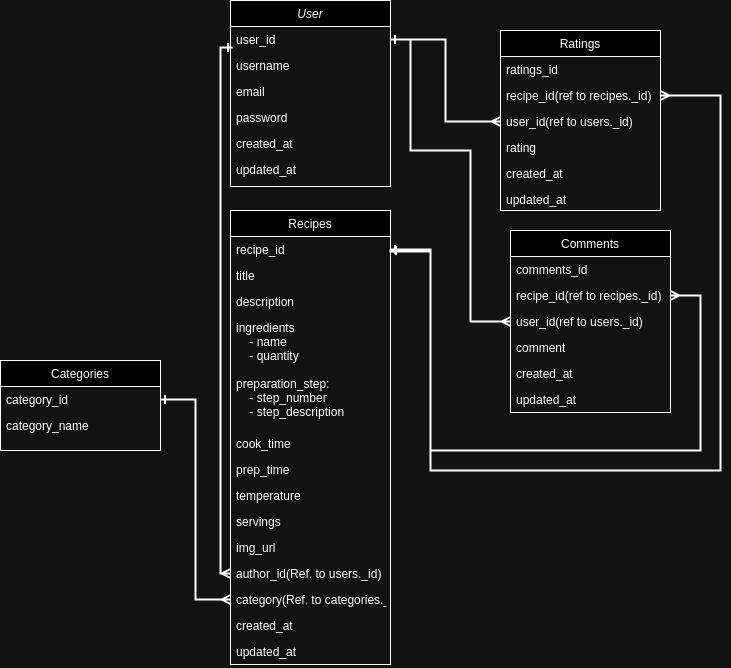
The draw.io diagram documentation/images/design/airy-erd-drawio.png in TaherCCG/airybitesrecipes, before a commit. Source tidied: cells renumbered, new cells last; positions are measured from the earlier drawing's top-left corner, leaving out a move shared by most shapes. Source of this version:
```xml
<mxGraphModel>
  <root>
    <mxCell id="0" />
    <mxCell id="1" parent="0" />
    <mxCell id="2" value="User" style="swimlane;fontStyle=2;align=center;verticalAlign=top;horizontal=1;startSize=26;rounded=0;shadow=0;strokeWidth=1;" parent="1" vertex="1">
      <mxGeometry x="230" width="160" height="186" as="geometry" />
    </mxCell>
    <mxCell id="3" value="user_id" style="text;align=left;verticalAlign=top;spacingLeft=4;spacingRight=4;overflow=hidden;points=[[0,0.5],[1,0.5]];portConstraint=eastwest;" parent="2" vertex="1">
      <mxGeometry y="26" width="160" height="26" as="geometry" />
    </mxCell>
    <mxCell id="4" value="username&#10;" style="text;align=left;verticalAlign=top;spacingLeft=4;spacingRight=4;overflow=hidden;rounded=0;shadow=0;html=0;" parent="2" vertex="1">
      <mxGeometry y="52" width="160" height="26" as="geometry" />
    </mxCell>
    <mxCell id="5" value="email" style="text;align=left;verticalAlign=top;spacingLeft=4;spacingRight=4;overflow=hidden;rounded=0;shadow=0;html=0;" parent="2" vertex="1">
      <mxGeometry y="78" width="160" height="26" as="geometry" />
    </mxCell>
    <mxCell id="6" value="password" style="text;align=left;verticalAlign=top;spacingLeft=4;spacingRight=4;overflow=hidden;rounded=0;shadow=0;html=0;" parent="2" vertex="1">
      <mxGeometry y="104" width="160" height="26" as="geometry" />
    </mxCell>
    <mxCell id="7" value="created_at" style="text;align=left;verticalAlign=top;spacingLeft=4;spacingRight=4;overflow=hidden;rounded=0;shadow=0;html=0;" parent="2" vertex="1">
      <mxGeometry y="130" width="160" height="26" as="geometry" />
    </mxCell>
    <mxCell id="8" value="updated_at" style="text;align=left;verticalAlign=top;spacingLeft=4;spacingRight=4;overflow=hidden;rounded=0;shadow=0;html=0;" parent="2" vertex="1">
      <mxGeometry y="156" width="160" height="30" as="geometry" />
    </mxCell>
    <mxCell id="9" value="Categories" style="swimlane;fontStyle=0;align=center;verticalAlign=top;horizontal=1;startSize=26;rounded=0;shadow=0;strokeWidth=1;" parent="1" vertex="1">
      <mxGeometry y="360" width="160" height="90" as="geometry" />
    </mxCell>
    <mxCell id="10" value="category_id" style="text;align=left;verticalAlign=top;spacingLeft=4;spacingRight=4;overflow=hidden;points=[[0,0.5],[1,0.5]];portConstraint=eastwest;" parent="9" vertex="1">
      <mxGeometry y="26" width="160" height="26" as="geometry" />
    </mxCell>
    <mxCell id="11" value="category_name" style="text;align=left;verticalAlign=top;spacingLeft=4;spacingRight=4;overflow=hidden;rounded=0;shadow=0;html=0;" parent="9" vertex="1">
      <mxGeometry y="52" width="160" height="26" as="geometry" />
    </mxCell>
    <mxCell id="12" value="Comments" style="swimlane;fontStyle=0;align=center;verticalAlign=top;horizontal=1;startSize=26;rounded=0;shadow=0;strokeWidth=1;" parent="1" vertex="1">
      <mxGeometry x="510" y="230" width="160" height="182" as="geometry" />
    </mxCell>
    <mxCell id="13" value="comments_id" style="text;align=left;verticalAlign=top;spacingLeft=4;spacingRight=4;overflow=hidden;" parent="12" vertex="1">
      <mxGeometry y="26" width="160" height="26" as="geometry" />
    </mxCell>
    <mxCell id="14" value="recipe_id(ref to recipes._id)" style="text;align=left;verticalAlign=top;spacingLeft=4;spacingRight=4;overflow=hidden;points=[[0,0.5],[1,0.5]];portConstraint=eastwest;" parent="12" vertex="1">
      <mxGeometry y="52" width="160" height="26" as="geometry" />
    </mxCell>
    <mxCell id="15" value="user_id(ref to users._id)" style="text;align=left;verticalAlign=top;spacingLeft=4;spacingRight=4;overflow=hidden;points=[[0,0.5],[1,0.5]];portConstraint=eastwest;" parent="12" vertex="1">
      <mxGeometry y="78" width="160" height="26" as="geometry" />
    </mxCell>
    <mxCell id="16" value="comment" style="text;align=left;verticalAlign=top;spacingLeft=4;spacingRight=4;overflow=hidden;" parent="12" vertex="1">
      <mxGeometry y="104" width="160" height="26" as="geometry" />
    </mxCell>
    <mxCell id="17" value="created_at" style="text;align=left;verticalAlign=top;spacingLeft=4;spacingRight=4;overflow=hidden;" parent="12" vertex="1">
      <mxGeometry y="130" width="160" height="26" as="geometry" />
    </mxCell>
    <mxCell id="18" value="updated_at" style="text;align=left;verticalAlign=top;spacingLeft=4;spacingRight=4;overflow=hidden;" parent="12" vertex="1">
      <mxGeometry y="156" width="160" height="26" as="geometry" />
    </mxCell>
    <mxCell id="19" value="Recipes" style="swimlane;fontStyle=0;align=center;verticalAlign=top;horizontal=1;startSize=26;rounded=0;shadow=0;strokeWidth=1;" parent="1" vertex="1">
      <mxGeometry x="230" y="210" width="160" height="454" as="geometry" />
    </mxCell>
    <mxCell id="20" value="recipe_id" style="text;align=left;verticalAlign=top;spacingLeft=4;spacingRight=4;overflow=hidden;points=[[0,0.5],[1,0.5]];portConstraint=eastwest;" parent="19" vertex="1">
      <mxGeometry y="26" width="160" height="26" as="geometry" />
    </mxCell>
    <mxCell id="21" value="title" style="text;align=left;verticalAlign=top;spacingLeft=4;spacingRight=4;overflow=hidden;rounded=0;shadow=0;html=0;" parent="19" vertex="1">
      <mxGeometry y="52" width="160" height="26" as="geometry" />
    </mxCell>
    <mxCell id="22" value="description" style="text;align=left;verticalAlign=top;spacingLeft=4;spacingRight=4;overflow=hidden;rounded=0;shadow=0;html=0;" parent="19" vertex="1">
      <mxGeometry y="78" width="160" height="26" as="geometry" />
    </mxCell>
    <mxCell id="23" value="ingredients&#10;    - name&#10;    - quantity&#10;" style="text;align=left;verticalAlign=top;spacingLeft=4;spacingRight=4;overflow=hidden;points=[[0,0.5],[1,0.5]];portConstraint=eastwest;rounded=0;shadow=0;html=0;" parent="19" vertex="1">
      <mxGeometry y="104" width="160" height="56" as="geometry" />
    </mxCell>
    <mxCell id="24" value="preparation_step:&#10;    - step_number&#10;    - step_description" style="text;align=left;verticalAlign=top;spacingLeft=4;spacingRight=4;overflow=hidden;rounded=0;shadow=0;html=0;" parent="19" vertex="1">
      <mxGeometry y="160" width="160" height="60" as="geometry" />
    </mxCell>
    <mxCell id="25" value="cook_time" style="text;align=left;verticalAlign=top;spacingLeft=4;spacingRight=4;overflow=hidden;rounded=0;shadow=0;html=0;" parent="19" vertex="1">
      <mxGeometry y="220" width="160" height="26" as="geometry" />
    </mxCell>
    <mxCell id="26" value="prep_time" style="text;align=left;verticalAlign=top;spacingLeft=4;spacingRight=4;overflow=hidden;rounded=0;shadow=0;html=0;" parent="19" vertex="1">
      <mxGeometry y="246" width="160" height="26" as="geometry" />
    </mxCell>
    <mxCell id="27" value="temperature" style="text;align=left;verticalAlign=top;spacingLeft=4;spacingRight=4;overflow=hidden;rounded=0;shadow=0;html=0;" parent="19" vertex="1">
      <mxGeometry y="272" width="160" height="26" as="geometry" />
    </mxCell>
    <mxCell id="28" value="servings" style="text;align=left;verticalAlign=top;spacingLeft=4;spacingRight=4;overflow=hidden;rounded=0;shadow=0;html=0;" parent="19" vertex="1">
      <mxGeometry y="298" width="160" height="26" as="geometry" />
    </mxCell>
    <mxCell id="29" value="img_url" style="text;align=left;verticalAlign=top;spacingLeft=4;spacingRight=4;overflow=hidden;rounded=0;shadow=0;html=0;" parent="19" vertex="1">
      <mxGeometry y="324" width="160" height="26" as="geometry" />
    </mxCell>
    <mxCell id="30" value="author_id(Ref. to users._id)" style="text;align=left;verticalAlign=top;spacingLeft=4;spacingRight=4;overflow=hidden;points=[[0,0.5],[1,0.5]];portConstraint=eastwest;rounded=0;shadow=0;html=0;" parent="19" vertex="1">
      <mxGeometry y="350" width="160" height="26" as="geometry" />
    </mxCell>
    <mxCell id="31" value="category(Ref. to categories._id)" style="text;align=left;verticalAlign=top;spacingLeft=4;spacingRight=4;overflow=hidden;points=[[0,0.5],[1,0.5]];portConstraint=eastwest;rounded=0;shadow=0;html=0;" parent="19" vertex="1">
      <mxGeometry y="376" width="160" height="26" as="geometry" />
    </mxCell>
    <mxCell id="32" value="created_at" style="text;align=left;verticalAlign=top;spacingLeft=4;spacingRight=4;overflow=hidden;rounded=0;shadow=0;html=0;" parent="19" vertex="1">
      <mxGeometry y="402" width="160" height="26" as="geometry" />
    </mxCell>
    <mxCell id="33" value="updated_at" style="text;align=left;verticalAlign=top;spacingLeft=4;spacingRight=4;overflow=hidden;rounded=0;shadow=0;html=0;" parent="19" vertex="1">
      <mxGeometry y="428" width="160" height="26" as="geometry" />
    </mxCell>
    <mxCell id="34" value="Ratings" style="swimlane;fontStyle=0;align=center;verticalAlign=top;horizontal=1;startSize=26;rounded=0;shadow=0;strokeWidth=1;" parent="1" vertex="1">
      <mxGeometry x="500" y="30" width="160" height="180" as="geometry" />
    </mxCell>
    <mxCell id="35" value="ratings_id" style="text;align=left;verticalAlign=top;spacingLeft=4;spacingRight=4;overflow=hidden;" parent="34" vertex="1">
      <mxGeometry y="26" width="160" height="26" as="geometry" />
    </mxCell>
    <mxCell id="36" value="recipe_id(ref to recipes._id)" style="text;align=left;verticalAlign=top;spacingLeft=4;spacingRight=4;overflow=hidden;points=[[0,0.5],[1,0.5]];portConstraint=eastwest;" parent="34" vertex="1">
      <mxGeometry y="52" width="160" height="26" as="geometry" />
    </mxCell>
    <mxCell id="37" value="user_id(ref to users._id)" style="text;align=left;verticalAlign=top;spacingLeft=4;spacingRight=4;overflow=hidden;points=[[0,0.5],[1,0.5]];portConstraint=eastwest;" parent="34" vertex="1">
      <mxGeometry y="78" width="160" height="26" as="geometry" />
    </mxCell>
    <mxCell id="38" value="rating" style="text;align=left;verticalAlign=top;spacingLeft=4;spacingRight=4;overflow=hidden;" parent="34" vertex="1">
      <mxGeometry y="104" width="160" height="26" as="geometry" />
    </mxCell>
    <mxCell id="39" value="created_at" style="text;align=left;verticalAlign=top;spacingLeft=4;spacingRight=4;overflow=hidden;" parent="34" vertex="1">
      <mxGeometry y="130" width="160" height="26" as="geometry" />
    </mxCell>
    <mxCell id="40" value="updated_at" style="text;align=left;verticalAlign=top;spacingLeft=4;spacingRight=4;overflow=hidden;" parent="34" vertex="1">
      <mxGeometry y="156" width="160" height="24" as="geometry" />
    </mxCell>
    <mxCell id="41" style="endArrow=ERmany;html=1;rounded=0;entryX=0;entryY=0.5;entryDx=0;entryDy=0;startArrow=ERone;startFill=0;endFill=0;strokeColor=default;strokeWidth=2;edgeStyle=orthogonalEdgeStyle;exitX=0.013;exitY=0.808;exitDx=0;exitDy=0;exitPerimeter=0;" parent="1" edge="1" source="3" target="30">
      <mxGeometry relative="1" as="geometry" />
    </mxCell>
    <mxCell id="42" style="edgeStyle=orthogonalEdgeStyle;rounded=0;jettySize=auto;html=1;exitX=1;exitY=0.5;exitDx=0;exitDy=0;entryX=0;entryY=0.5;entryDx=0;entryDy=0;endArrow=ERmany;endFill=0;startArrow=ERone;startFill=0;strokeWidth=2;" parent="1" edge="1" source="10" target="31">
      <mxGeometry relative="1" as="geometry" />
    </mxCell>
    <mxCell id="43" style="endArrow=ERmany;html=1;rounded=0;startArrow=ERone;startFill=0;endFill=0;strokeColor=default;strokeWidth=2;edgeStyle=orthogonalEdgeStyle;entryX=0;entryY=0.5;entryDx=0;entryDy=0;exitX=1;exitY=0.5;exitDx=0;exitDy=0;" parent="1" edge="1" source="3" target="15">
      <mxGeometry relative="1" as="geometry">
        <Array as="points">
          <mxPoint x="410" y="39" />
          <mxPoint x="410" y="150" />
          <mxPoint x="470" y="150" />
          <mxPoint x="470" y="321" />
        </Array>
      </mxGeometry>
    </mxCell>
    <mxCell id="44" style="endArrow=ERmany;html=1;rounded=0;entryX=0;entryY=0.5;entryDx=0;entryDy=0;startArrow=ERone;startFill=0;endFill=0;strokeColor=default;strokeWidth=2;edgeStyle=orthogonalEdgeStyle;exitX=1;exitY=0.5;exitDx=0;exitDy=0;" parent="1" edge="1" source="3" target="37">
      <mxGeometry relative="1" as="geometry" />
    </mxCell>
    <mxCell id="45" style="endArrow=ERmany;html=1;rounded=0;startArrow=ERone;startFill=0;endFill=0;strokeColor=default;strokeWidth=2;edgeStyle=orthogonalEdgeStyle;" parent="1" edge="1" source="20" target="14">
      <mxGeometry relative="1" as="geometry">
        <Array as="points">
          <mxPoint x="430" y="249" />
          <mxPoint x="430" y="450" />
          <mxPoint x="700" y="450" />
          <mxPoint x="700" y="295" />
        </Array>
      </mxGeometry>
    </mxCell>
    <mxCell id="46" style="endArrow=ERmany;html=1;rounded=0;startArrow=ERone;startFill=0;endFill=0;strokeColor=default;strokeWidth=2;edgeStyle=orthogonalEdgeStyle;exitX=0.013;exitY=0.808;exitDx=0;exitDy=0;exitPerimeter=0;entryX=1;entryY=0.5;entryDx=0;entryDy=0;" parent="1" edge="1" target="36">
      <mxGeometry relative="1" as="geometry">
        <mxPoint x="400" y="250" as="sourcePoint" />
        <Array as="points">
          <mxPoint x="390" y="250" />
          <mxPoint x="390" y="251" />
          <mxPoint x="430" y="251" />
          <mxPoint x="430" y="470" />
          <mxPoint x="720" y="470" />
          <mxPoint x="720" y="95" />
        </Array>
      </mxGeometry>
    </mxCell>
  </root>
</mxGraphModel>
```
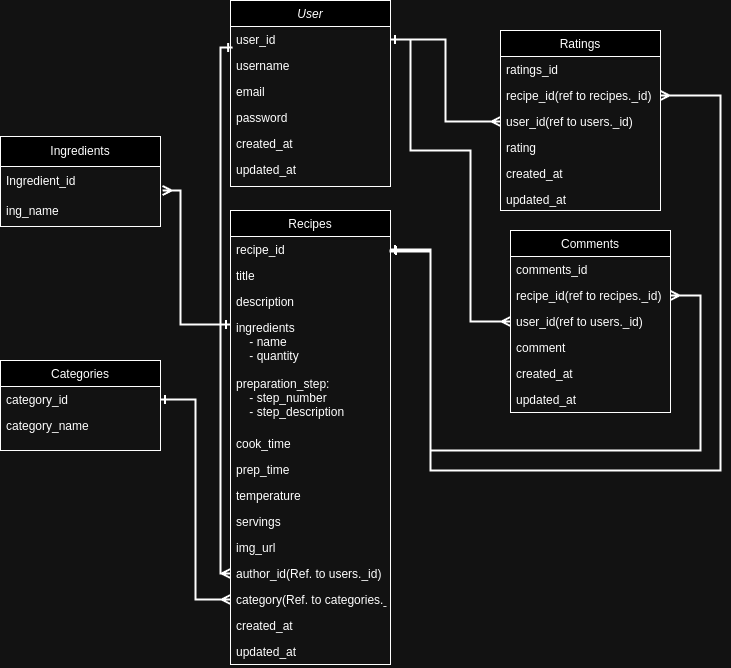
Later version of the same file.

What changed in the source:
```diff
@@ -161,5 +161,22 @@
         </Array>
       </mxGeometry>
     </mxCell>
+    <mxCell id="47" value="Ingredients" style="swimlane;fontStyle=0;horizontal=1;startSize=30;whiteSpace=wrap;html=1;" parent="1" vertex="1">
+      <mxGeometry y="136" width="160" height="90" as="geometry" />
+    </mxCell>
+    <mxCell id="48" value="Ingredient_id" style="text;strokeColor=none;fillColor=none;align=left;verticalAlign=middle;spacingLeft=4;spacingRight=4;overflow=hidden;points=[[0,0.5],[1,0.5]];portConstraint=eastwest;whiteSpace=wrap;html=1;" parent="47" vertex="1">
+      <mxGeometry y="30" width="160" height="30" as="geometry" />
+    </mxCell>
+    <mxCell id="49" value="ing_name" style="text;strokeColor=none;fillColor=none;align=left;verticalAlign=middle;spacingLeft=4;spacingRight=4;overflow=hidden;whiteSpace=wrap;html=1;" parent="47" vertex="1">
+      <mxGeometry y="60" width="160" height="30" as="geometry" />
+    </mxCell>
+    <mxCell id="50" style="endArrow=ERmany;html=1;rounded=0;entryX=1.013;entryY=0.8;entryDx=0;entryDy=0;entryPerimeter=0;exitX=0;exitY=0.179;exitDx=0;exitDy=0;exitPerimeter=0;strokeWidth=2;startArrow=ERone;startFill=0;endFill=0;" parent="1" edge="1" source="23" target="48">
+      <mxGeometry relative="1" as="geometry">
+        <Array as="points">
+          <mxPoint x="180" y="324" />
+          <mxPoint x="180" y="190" />
+        </Array>
+      </mxGeometry>
+    </mxCell>
   </root>
 </mxGraphModel>
```
